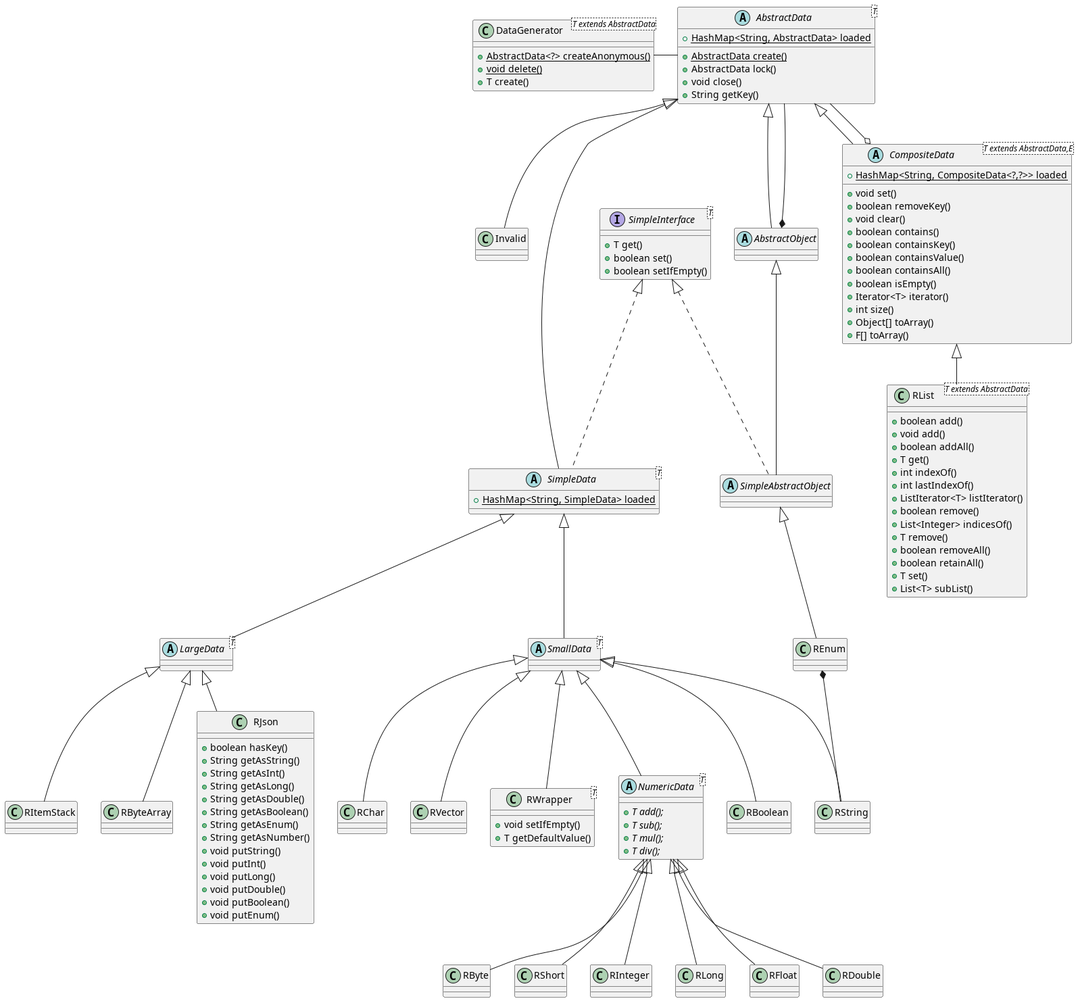
The PlantUML diagram out/DataTypes/DataType.png in chrisb09/firecord, before a commit.
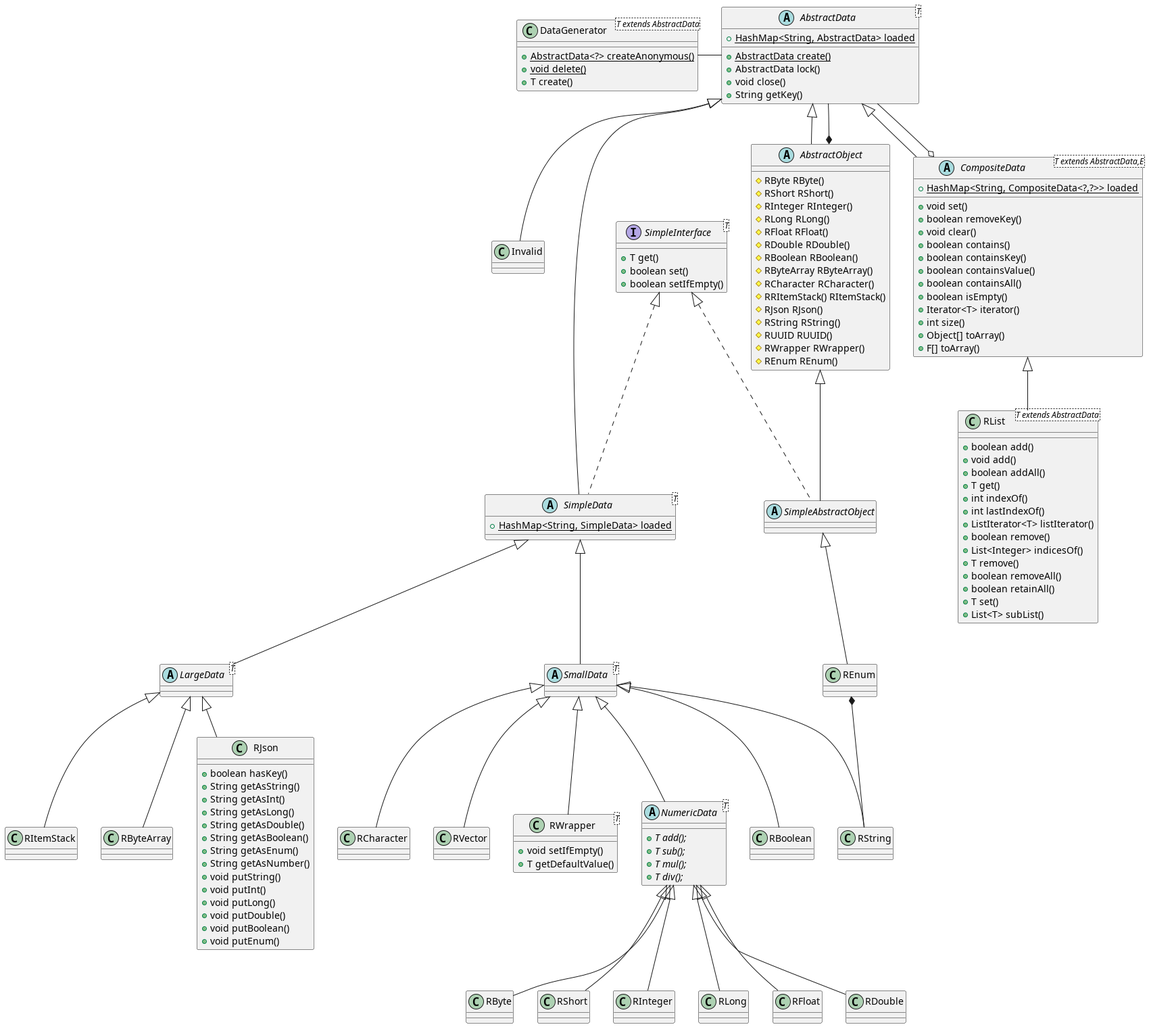
After the commit.

Commit message:
update DataTypes Diagram

What changed in the source:
```diff
@@ -43,7 +43,7 @@
 
 }
 
-class RChar extends SmallData {
+class RCharacter extends SmallData {
 
 }
 
@@ -148,7 +148,21 @@
 CompositeData o-- AbstractData
 
 abstract AbstractObject extends AbstractData {
-
+    # RByte RByte()
+    # RShort RShort()
+    # RInteger RInteger()
+    # RLong RLong()
+    # RFloat RFloat()
+    # RDouble RDouble()
+    # RBoolean RBoolean()
+    # RByteArray RByteArray()
+    # RCharacter RCharacter()
+    # RRItemStack() RItemStack()
+    # RJson RJson()
+    # RString RString()
+    # RUUID RUUID()
+    # RWrapper RWrapper()
+    # REnum REnum()
 }
 
 AbstractObject *-- AbstractData
```
